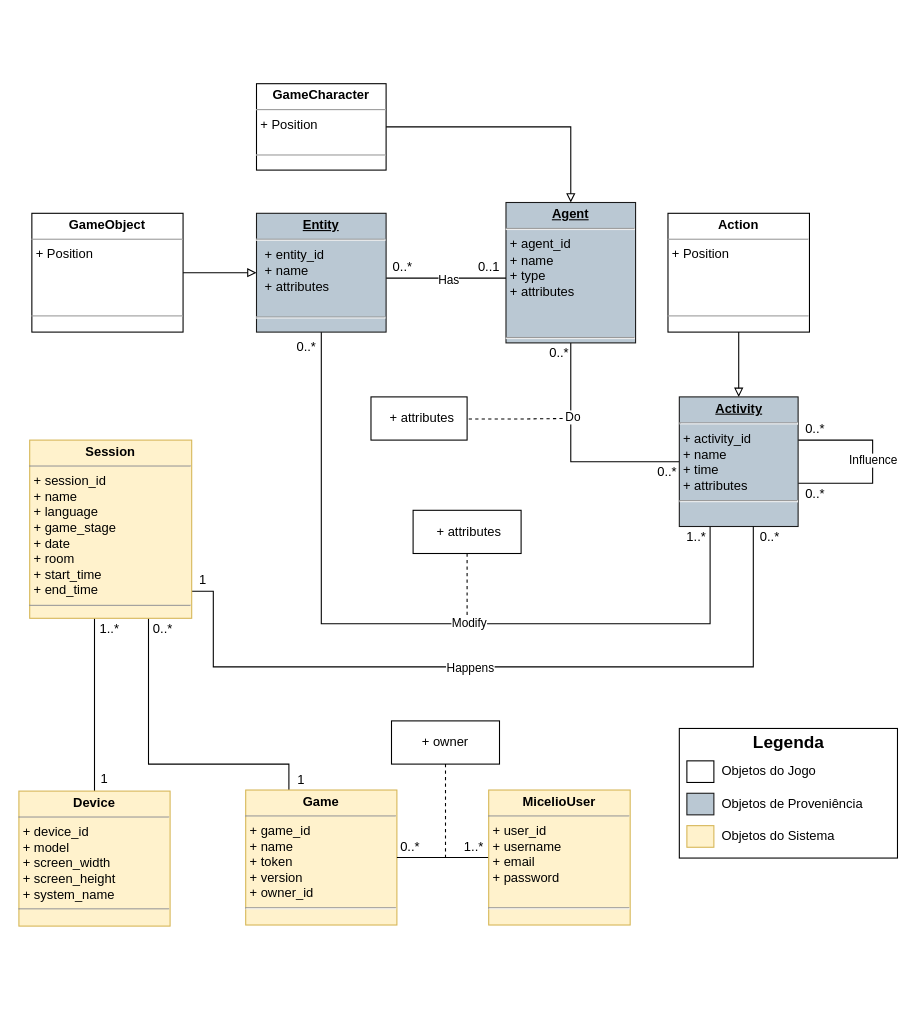
The draw.io diagram page "WebAPI Class Model" (4 of 6) of Documentation/Diagramas/Modelo De Dados Proveniencia.drawio in multisens/micelio, before the edit. Source tidied: cells renumbered, new cells numbered last; positions are measured from the earlier drawing's top-left corner, leaving out a move shared by most shapes. Both pictures are drawn from the tidied source at 108%, with x=0, y=0 at pixel (18, 83).
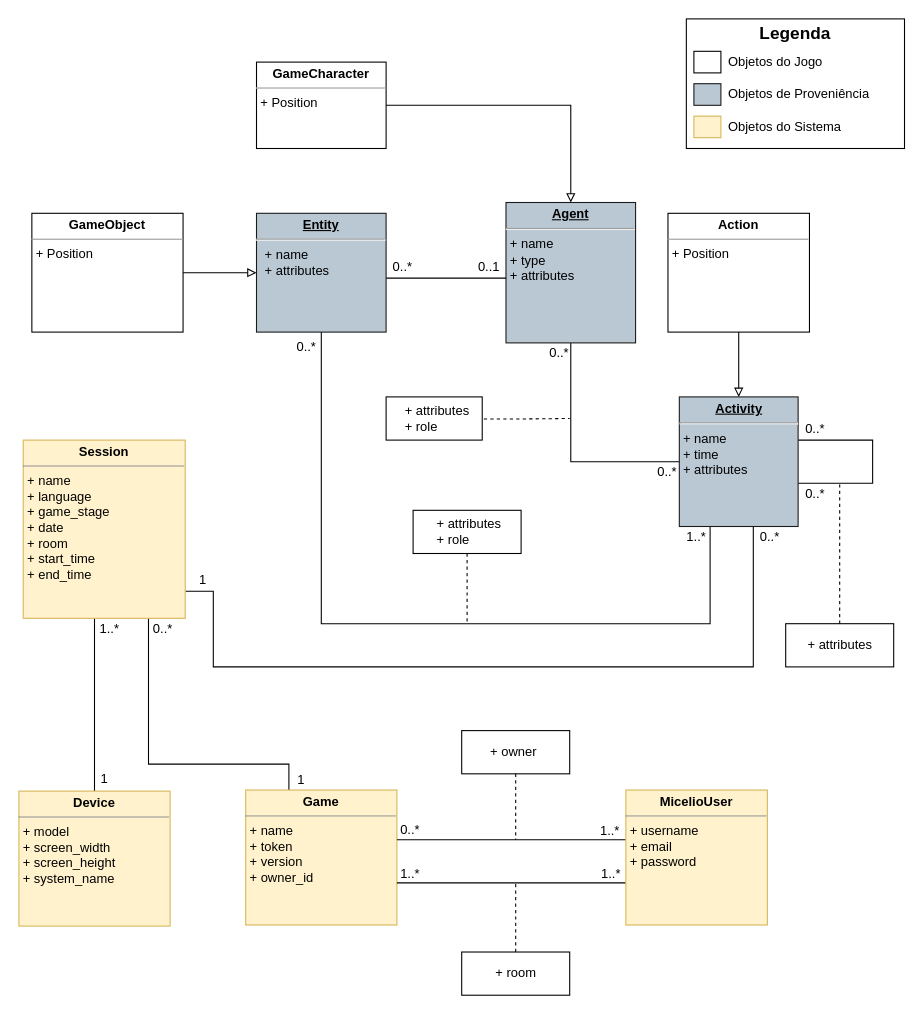
Above is the later version.

Unchanged cells that the change refers to:
```xml
<mxCell id="2" style="edgeStyle=orthogonalEdgeStyle;rounded=0;jettySize=auto;html=1;endArrow=none;endFill=0;" parent="1" edge="1" source="4" target="17">
  <mxGeometry relative="1" as="geometry">
    <Array as="points">
      <mxPoint x="511" y="350" />
    </Array>
  </mxGeometry>
</mxCell>
<mxCell id="5" style="edgeStyle=orthogonalEdgeStyle;rounded=0;jettySize=auto;html=1;endArrow=none;endFill=0;exitX=0.001;exitY=0.664;exitDx=0;exitDy=0;exitPerimeter=0;startArrow=classic;startFill=1;" parent="1" edge="1" target="13">
  <mxGeometry relative="1" as="geometry">
    <mxPoint x="616.6" y="369.2" as="sourcePoint" />
    <Array as="points">
      <mxPoint x="640" y="369" />
      <mxPoint x="640" y="500" />
      <mxPoint x="280" y="500" />
    </Array>
  </mxGeometry>
</mxCell>
<mxCell id="10" style="edgeStyle=orthogonalEdgeStyle;rounded=0;jettySize=auto;html=1;endArrow=none;endFill=0;" parent="1" edge="1" source="13" target="4">
  <mxGeometry relative="1" as="geometry">
    <Array as="points">
      <mxPoint x="390" y="180" />
      <mxPoint x="390" y="180" />
    </Array>
  </mxGeometry>
</mxCell>
<mxCell id="15" style="edgeStyle=orthogonalEdgeStyle;rounded=0;orthogonalLoop=1;jettySize=auto;html=1;endArrow=none;endFill=0;" parent="1" edge="1">
  <mxGeometry relative="1" as="geometry">
    <mxPoint x="721.5" y="330" as="sourcePoint" />
    <mxPoint x="721.5" y="370" as="targetPoint" />
    <Array as="points">
      <mxPoint x="790.5" y="330" />
      <mxPoint x="790.5" y="370" />
    </Array>
  </mxGeometry>
</mxCell>
<mxCell id="18" style="edgeStyle=orthogonalEdgeStyle;rounded=0;jettySize=auto;html=1;endArrow=none;endFill=0;" parent="1" edge="1" source="22" target="17">
  <mxGeometry relative="1" as="geometry">
    <Array as="points">
      <mxPoint x="180" y="470" />
      <mxPoint x="180" y="540" />
      <mxPoint x="680" y="540" />
    </Array>
  </mxGeometry>
</mxCell>
```

Diff of the diagram source:
```diff
@@
-    <mxCell id="3" value="Do" style="edgeLabel;html=1;align=center;verticalAlign=middle;" parent="2" vertex="1">
-      <mxGeometry x="-0.35" y="1" relative="1" as="geometry" />
-    </mxCell>
-    <mxCell id="4" value="&lt;p style=&quot;margin: 0px ; margin-top: 4px ; text-align: center ; text-decoration: underline&quot;&gt;&lt;b&gt;Agent&lt;/b&gt;&lt;/p&gt;&lt;hr&gt;&lt;p style=&quot;margin: 0px 0px 0px 4px&quot;&gt;+ agent_id&lt;/p&gt;&lt;p style=&quot;margin: 0px 0px 0px 4px&quot;&gt;+ name&lt;/p&gt;&lt;p style=&quot;margin: 0px 0px 0px 4px&quot;&gt;+ type&lt;/p&gt;&lt;p style=&quot;margin: 0px 0px 0px 4px&quot;&gt;+ attributes&lt;/p&gt;&lt;p style=&quot;margin: 0px 0px 0px 4px&quot;&gt;&lt;br&gt;&lt;/p&gt;&lt;p style=&quot;margin: 0px 0px 0px 4px&quot;&gt;&lt;br&gt;&lt;/p&gt;&lt;div&gt;&lt;hr&gt;&lt;/div&gt;" style="verticalAlign=top;align=left;overflow=fill;fontSize=12;fontFamily=Helvetica;html=1;fillColor=#bac8d3;strokeColor=#1A1A1A;" parent="1" vertex="1">
+    <mxCell id="4" value="&lt;p style=&quot;margin: 0px ; margin-top: 4px ; text-align: center ; text-decoration: underline&quot;&gt;&lt;b&gt;Agent&lt;/b&gt;&lt;/p&gt;&lt;hr&gt;&lt;p style=&quot;margin: 0px 0px 0px 4px&quot;&gt;&lt;span&gt;+ name&lt;/span&gt;&lt;br&gt;&lt;/p&gt;&lt;p style=&quot;margin: 0px 0px 0px 4px&quot;&gt;+ type&lt;/p&gt;&lt;p style=&quot;margin: 0px 0px 0px 4px&quot;&gt;+ attributes&lt;/p&gt;&lt;p style=&quot;margin: 0px 0px 0px 4px&quot;&gt;&lt;br&gt;&lt;/p&gt;&lt;p style=&quot;margin: 0px 0px 0px 4px&quot;&gt;&lt;/p&gt;" style="verticalAlign=top;align=left;overflow=fill;fontSize=12;fontFamily=Helvetica;html=1;fillColor=#bac8d3;strokeColor=#1A1A1A;" parent="1" vertex="1">
       <mxGeometry x="451" y="110" width="120" height="130" as="geometry" />
     </mxCell>
@@
-    <mxCell id="6" value="Modify" style="edgeLabel;html=1;align=center;verticalAlign=middle;" parent="5" vertex="1">
-      <mxGeometry x="-0.07" y="2" relative="1" as="geometry">
-        <mxPoint x="-13.1" y="-3" as="offset" />
-      </mxGeometry>
-    </mxCell>
@@
-    <mxCell id="8" value="&lt;p style=&quot;margin: 0px ; margin-top: 4px ; text-align: center&quot;&gt;&lt;b&gt;Action&lt;/b&gt;&lt;/p&gt;&lt;hr size=&quot;1&quot;&gt;&lt;p style=&quot;margin: 0px ; margin-left: 4px&quot;&gt;+ Position&lt;/p&gt;&lt;p style=&quot;margin: 0px ; margin-left: 4px&quot;&gt;&lt;br&gt;&lt;/p&gt;&lt;p style=&quot;margin: 0px ; margin-left: 4px&quot;&gt;&lt;br&gt;&lt;/p&gt;&lt;p style=&quot;margin: 0px ; margin-left: 4px&quot;&gt;&lt;br&gt;&lt;/p&gt;&lt;hr size=&quot;1&quot;&gt;&lt;p style=&quot;margin: 0px ; margin-left: 4px&quot;&gt;&lt;br&gt;&lt;/p&gt;" style="verticalAlign=top;align=left;overflow=fill;fontSize=12;fontFamily=Helvetica;html=1;" parent="1" vertex="1">
+    <mxCell id="8" value="&lt;p style=&quot;margin: 0px ; margin-top: 4px ; text-align: center&quot;&gt;&lt;b&gt;Action&lt;/b&gt;&lt;/p&gt;&lt;hr size=&quot;1&quot;&gt;&lt;p style=&quot;margin: 0px ; margin-left: 4px&quot;&gt;+ Position&lt;/p&gt;&lt;p style=&quot;margin: 0px ; margin-left: 4px&quot;&gt;&lt;br&gt;&lt;/p&gt;&lt;p style=&quot;margin: 0px ; margin-left: 4px&quot;&gt;&lt;br&gt;&lt;/p&gt;&lt;p style=&quot;margin: 0px ; margin-left: 4px&quot;&gt;&lt;br&gt;&lt;/p&gt;&lt;p style=&quot;margin: 0px ; margin-left: 4px&quot;&gt;&lt;br&gt;&lt;/p&gt;" style="verticalAlign=top;align=left;overflow=fill;fontSize=12;fontFamily=Helvetica;html=1;" parent="1" vertex="1">
       <mxGeometry x="601" y="120" width="131" height="110" as="geometry" />
     </mxCell>
@@
-    <mxCell id="11" value="Has" style="edgeLabel;html=1;align=center;verticalAlign=middle;" parent="10" vertex="1">
-      <mxGeometry x="0.03" y="-1" relative="1" as="geometry" />
-    </mxCell>
-    <mxCell id="12" value="&lt;p style=&quot;margin: 0px ; margin-top: 4px ; text-align: center&quot;&gt;&lt;b&gt;GameObject&lt;/b&gt;&lt;/p&gt;&lt;hr size=&quot;1&quot;&gt;&lt;p style=&quot;margin: 0px 0px 0px 4px&quot;&gt;+ Position&lt;/p&gt;&lt;p style=&quot;margin: 0px ; margin-left: 4px&quot;&gt;&lt;br&gt;&lt;/p&gt;&lt;p style=&quot;margin: 0px ; margin-left: 4px&quot;&gt;&lt;br&gt;&lt;/p&gt;&lt;p style=&quot;margin: 0px ; margin-left: 4px&quot;&gt;&lt;br&gt;&lt;/p&gt;&lt;hr size=&quot;1&quot;&gt;&lt;p style=&quot;margin: 0px ; margin-left: 4px&quot;&gt;&lt;br&gt;&lt;/p&gt;" style="verticalAlign=top;align=left;overflow=fill;fontSize=12;fontFamily=Helvetica;html=1;" parent="1" vertex="1">
+    <mxCell id="12" value="&lt;p style=&quot;margin: 0px ; margin-top: 4px ; text-align: center&quot;&gt;&lt;b&gt;GameObject&lt;/b&gt;&lt;/p&gt;&lt;hr size=&quot;1&quot;&gt;&lt;p style=&quot;margin: 0px 0px 0px 4px&quot;&gt;+ Position&lt;/p&gt;&lt;p style=&quot;margin: 0px ; margin-left: 4px&quot;&gt;&lt;br&gt;&lt;/p&gt;&lt;p style=&quot;margin: 0px ; margin-left: 4px&quot;&gt;&lt;br&gt;&lt;/p&gt;&lt;p style=&quot;margin: 0px ; margin-left: 4px&quot;&gt;&lt;br&gt;&lt;/p&gt;&lt;p style=&quot;margin: 0px ; margin-left: 4px&quot;&gt;&lt;br&gt;&lt;/p&gt;" style="verticalAlign=top;align=left;overflow=fill;fontSize=12;fontFamily=Helvetica;html=1;" parent="1" vertex="1">
       <mxGeometry x="12" y="120" width="140" height="110" as="geometry" />
     </mxCell>
-    <mxCell id="13" value="&lt;p style=&quot;margin: 0px ; margin-top: 4px ; text-align: center ; text-decoration: underline&quot;&gt;&lt;b&gt;Entity&lt;/b&gt;&lt;/p&gt;&lt;hr&gt;&lt;p style=&quot;margin: 0px ; margin-left: 8px&quot;&gt;+ entity_id&lt;/p&gt;&lt;p style=&quot;margin: 0px ; margin-left: 8px&quot;&gt;+ name&lt;br&gt;&lt;/p&gt;&lt;p style=&quot;margin: 0px ; margin-left: 8px&quot;&gt;+ attributes&lt;br&gt;&lt;/p&gt;&lt;p style=&quot;margin: 0px ; margin-left: 8px&quot;&gt;&lt;br&gt;&lt;/p&gt;&lt;hr&gt;" style="verticalAlign=top;align=left;overflow=fill;fontSize=12;fontFamily=Helvetica;html=1;fillColor=#bac8d3;strokeColor=#1A1A1A;" parent="1" vertex="1">
+    <mxCell id="13" value="&lt;p style=&quot;margin: 0px ; margin-top: 4px ; text-align: center ; text-decoration: underline&quot;&gt;&lt;b&gt;Entity&lt;/b&gt;&lt;/p&gt;&lt;hr&gt;&lt;p style=&quot;margin: 0px ; margin-left: 8px&quot;&gt;&lt;span&gt;+ name&lt;/span&gt;&lt;br&gt;&lt;/p&gt;&lt;p style=&quot;margin: 0px ; margin-left: 8px&quot;&gt;+ attributes&lt;br&gt;&lt;/p&gt;&lt;p style=&quot;margin: 0px ; margin-left: 8px&quot;&gt;&lt;br&gt;&lt;/p&gt;" style="verticalAlign=top;align=left;overflow=fill;fontSize=12;fontFamily=Helvetica;html=1;fillColor=#bac8d3;strokeColor=#1A1A1A;" parent="1" vertex="1">
       <mxGeometry x="220" y="120" width="120" height="110" as="geometry" />
     </mxCell>
@@
-    <mxCell id="16" value="Influence" style="edgeLabel;html=1;align=center;verticalAlign=middle;" parent="15" vertex="1">
-      <mxGeometry x="-0.12" y="1" relative="1" as="geometry">
-        <mxPoint x="-1" y="9.9" as="offset" />
-      </mxGeometry>
-    </mxCell>
-    <mxCell id="17" value="&lt;p style=&quot;margin: 0px ; margin-top: 4px ; text-align: center ; text-decoration: underline&quot;&gt;&lt;b&gt;Activity&lt;/b&gt;&lt;/p&gt;&lt;hr&gt;&amp;nbsp;+ activity_id&lt;br&gt;&amp;nbsp;+ name&lt;br&gt;&lt;span&gt;&amp;nbsp;+ time&lt;br&gt;&lt;/span&gt;&lt;span&gt;&amp;nbsp;&lt;/span&gt;&lt;span&gt;+ attributes&lt;/span&gt;&lt;span&gt;&lt;br&gt;&lt;/span&gt;&lt;hr&gt;" style="verticalAlign=top;align=left;overflow=fill;fontSize=12;fontFamily=Helvetica;html=1;fillColor=#BAC8D3;strokeColor=#1A1A1A;" parent="1" vertex="1">
+    <mxCell id="17" value="&lt;p style=&quot;margin: 0px ; margin-top: 4px ; text-align: center ; text-decoration: underline&quot;&gt;&lt;b&gt;Activity&lt;/b&gt;&lt;/p&gt;&lt;hr&gt;&amp;nbsp;+ name&lt;br&gt;&lt;span&gt;&amp;nbsp;+ time&lt;br&gt;&lt;/span&gt;&lt;span&gt;&amp;nbsp;&lt;/span&gt;&lt;span&gt;+ attributes&lt;/span&gt;" style="verticalAlign=top;align=left;overflow=fill;fontSize=12;fontFamily=Helvetica;html=1;fillColor=#BAC8D3;strokeColor=#1A1A1A;" parent="1" vertex="1">
       <mxGeometry x="611.5" y="290" width="110" height="120" as="geometry" />
     </mxCell>
@@
-    <mxCell id="19" value="Happens" style="edgeLabel;html=1;align=center;verticalAlign=middle;" parent="18" vertex="1">
-      <mxGeometry x="-0.16" y="1" relative="1" as="geometry">
-        <mxPoint x="25.8" y="1" as="offset" />
-      </mxGeometry>
-    </mxCell>
@@
-    <mxCell id="22" value="&lt;p style=&quot;margin: 0px ; margin-top: 4px ; text-align: center&quot;&gt;&lt;b&gt;Session&lt;/b&gt;&lt;/p&gt;&lt;hr size=&quot;1&quot;&gt;&lt;p style=&quot;margin: 0px ; margin-left: 4px&quot;&gt;+ session_id&lt;/p&gt;&lt;p style=&quot;margin: 0px ; margin-left: 4px&quot;&gt;+ name&lt;br&gt;&lt;/p&gt;&lt;p style=&quot;margin: 0px ; margin-left: 4px&quot;&gt;+ language&lt;br&gt;&lt;/p&gt;&lt;p style=&quot;margin: 0px ; margin-left: 4px&quot;&gt;+ game_stage&lt;/p&gt;&lt;p style=&quot;margin: 0px ; margin-left: 4px&quot;&gt;+ date&lt;/p&gt;&lt;p style=&quot;margin: 0px ; margin-left: 4px&quot;&gt;+ room&lt;/p&gt;&lt;p style=&quot;margin: 0px ; margin-left: 4px&quot;&gt;&lt;span&gt;+ start_time&lt;/span&gt;&lt;/p&gt;&lt;p style=&quot;margin: 0px ; margin-left: 4px&quot;&gt;+ end_time&lt;/p&gt;&lt;hr size=&quot;1&quot;&gt;&lt;p style=&quot;margin: 0px ; margin-left: 4px&quot;&gt;&lt;br&gt;&lt;/p&gt;" style="verticalAlign=top;align=left;overflow=fill;fontSize=12;fontFamily=Helvetica;html=1;strokeColor=#d6b656;fillColor=#fff2cc;" parent="1" vertex="1">
-      <mxGeometry x="10" y="330" width="150" height="165" as="geometry" />
+    <mxCell id="22" value="&lt;p style=&quot;margin: 0px ; margin-top: 4px ; text-align: center&quot;&gt;&lt;b&gt;Session&lt;/b&gt;&lt;/p&gt;&lt;hr size=&quot;1&quot;&gt;&lt;p style=&quot;margin: 0px ; margin-left: 4px&quot;&gt;&lt;span&gt;+ name&lt;/span&gt;&lt;br&gt;&lt;/p&gt;&lt;p style=&quot;margin: 0px ; margin-left: 4px&quot;&gt;+ language&lt;br&gt;&lt;/p&gt;&lt;p style=&quot;margin: 0px ; margin-left: 4px&quot;&gt;+ game_stage&lt;/p&gt;&lt;p style=&quot;margin: 0px ; margin-left: 4px&quot;&gt;+ date&lt;/p&gt;&lt;p style=&quot;margin: 0px ; margin-left: 4px&quot;&gt;+ room&lt;/p&gt;&lt;p style=&quot;margin: 0px ; margin-left: 4px&quot;&gt;&lt;span&gt;+ start_time&lt;/span&gt;&lt;/p&gt;&lt;p style=&quot;margin: 0px ; margin-left: 4px&quot;&gt;+ end_time&lt;/p&gt;&lt;p style=&quot;margin: 0px ; margin-left: 4px&quot;&gt;&lt;br&gt;&lt;/p&gt;" style="verticalAlign=top;align=left;overflow=fill;fontSize=12;fontFamily=Helvetica;html=1;strokeColor=#d6b656;fillColor=#fff2cc;" parent="1" vertex="1">
+      <mxGeometry x="4" y="330" width="150" height="165" as="geometry" />
     </mxCell>
-    <mxCell id="23" value="&lt;p style=&quot;margin: 0px ; margin-top: 4px ; text-align: center&quot;&gt;&lt;b&gt;Device&lt;/b&gt;&lt;/p&gt;&lt;hr size=&quot;1&quot;&gt;&lt;p style=&quot;margin: 0px ; margin-left: 4px&quot;&gt;&lt;span&gt;+ device_id&lt;/span&gt;&lt;/p&gt;&lt;p style=&quot;margin: 0px ; margin-left: 4px&quot;&gt;&lt;span&gt;+ model&lt;/span&gt;&lt;/p&gt;&lt;p style=&quot;margin: 0px ; margin-left: 4px&quot;&gt;+ screen_width&lt;/p&gt;&lt;p style=&quot;margin: 0px ; margin-left: 4px&quot;&gt;+ screen_height&lt;/p&gt;&lt;p style=&quot;margin: 0px ; margin-left: 4px&quot;&gt;+ system_name&lt;/p&gt;&lt;hr size=&quot;1&quot;&gt;&lt;p style=&quot;margin: 0px ; margin-left: 4px&quot;&gt;&lt;br&gt;&lt;/p&gt;" style="verticalAlign=top;align=left;overflow=fill;fontSize=12;fontFamily=Helvetica;html=1;strokeColor=#d6b656;fillColor=#fff2cc;" parent="1" vertex="1">
+    <mxCell id="23" value="&lt;p style=&quot;margin: 0px ; margin-top: 4px ; text-align: center&quot;&gt;&lt;b&gt;Device&lt;/b&gt;&lt;/p&gt;&lt;hr size=&quot;1&quot;&gt;&lt;p style=&quot;margin: 0px ; margin-left: 4px&quot;&gt;&lt;span&gt;+ model&lt;/span&gt;&lt;br&gt;&lt;/p&gt;&lt;p style=&quot;margin: 0px ; margin-left: 4px&quot;&gt;+ screen_width&lt;/p&gt;&lt;p style=&quot;margin: 0px ; margin-left: 4px&quot;&gt;+ screen_height&lt;/p&gt;&lt;p style=&quot;margin: 0px ; margin-left: 4px&quot;&gt;+ system_name&lt;/p&gt;&lt;p style=&quot;margin: 0px ; margin-left: 4px&quot;&gt;&lt;br&gt;&lt;/p&gt;" style="verticalAlign=top;align=left;overflow=fill;fontSize=12;fontFamily=Helvetica;html=1;strokeColor=#d6b656;fillColor=#fff2cc;" parent="1" vertex="1">
       <mxGeometry y="655" width="140" height="125" as="geometry" />
     </mxCell>
-    <mxCell id="24" value="&lt;p style=&quot;margin: 0px ; margin-top: 4px ; text-align: center&quot;&gt;&lt;b&gt;Game&lt;/b&gt;&lt;/p&gt;&lt;hr size=&quot;1&quot;&gt;&lt;p style=&quot;margin: 0px ; margin-left: 4px&quot;&gt;+ game_id&lt;/p&gt;&lt;p style=&quot;margin: 0px ; margin-left: 4px&quot;&gt;+ name&lt;/p&gt;&lt;p style=&quot;margin: 0px ; margin-left: 4px&quot;&gt;+ token&lt;/p&gt;&lt;p style=&quot;margin: 0px ; margin-left: 4px&quot;&gt;&lt;span&gt;+ version&lt;/span&gt;&lt;/p&gt;&lt;p style=&quot;margin: 0px ; margin-left: 4px&quot;&gt;&lt;span&gt;+ owner_id&lt;/span&gt;&lt;/p&gt;&lt;hr&gt;" style="verticalAlign=top;align=left;overflow=fill;fontSize=12;fontFamily=Helvetica;html=1;strokeColor=#d6b656;fillColor=#fff2cc;" parent="1" vertex="1">
+    <mxCell id="24" value="&lt;p style=&quot;margin: 0px ; margin-top: 4px ; text-align: center&quot;&gt;&lt;b&gt;Game&lt;/b&gt;&lt;/p&gt;&lt;hr size=&quot;1&quot;&gt;&lt;p style=&quot;margin: 0px ; margin-left: 4px&quot;&gt;&lt;span&gt;+ name&lt;/span&gt;&lt;br&gt;&lt;/p&gt;&lt;p style=&quot;margin: 0px ; margin-left: 4px&quot;&gt;+ token&lt;/p&gt;&lt;p style=&quot;margin: 0px ; margin-left: 4px&quot;&gt;&lt;span&gt;+ version&lt;/span&gt;&lt;/p&gt;&lt;p style=&quot;margin: 0px ; margin-left: 4px&quot;&gt;&lt;span&gt;+ owner_id&lt;/span&gt;&lt;/p&gt;" style="verticalAlign=top;align=left;overflow=fill;fontSize=12;fontFamily=Helvetica;html=1;strokeColor=#d6b656;fillColor=#fff2cc;" parent="1" vertex="1">
       <mxGeometry x="210" y="654" width="140" height="125" as="geometry" />
     </mxCell>
@@
     <mxCell id="35" style="group;" parent="1" vertex="1">
-      <mxGeometry x="611.5" y="597" width="202" height="120" as="geometry" />
+      <mxGeometry x="618" y="-60" width="202" height="120" as="geometry" />
     </mxCell>
@@
-    <mxCell id="48" value="&lt;p style=&quot;text-align: left ; margin: 0px 0px 0px 4px&quot;&gt;+ attributes&lt;/p&gt;" style="shape=umlLifeline;perimeter=lifelinePerimeter;whiteSpace=wrap;html=1;" parent="1" vertex="1">
-      <mxGeometry x="365" y="395" width="100" height="100" as="geometry" />
+    <mxCell id="48" value="&lt;p style=&quot;text-align: left ; margin: 0px 0px 0px 4px&quot;&gt;+ attributes&lt;/p&gt;&lt;p style=&quot;text-align: left ; margin: 0px 0px 0px 4px&quot;&gt;+ role&lt;/p&gt;" style="shape=umlLifeline;perimeter=lifelinePerimeter;whiteSpace=wrap;html=1;" parent="1" vertex="1">
+      <mxGeometry x="365" y="395" width="100" height="105" as="geometry" />
     </mxCell>
     <mxCell id="49" style="edgeStyle=orthogonalEdgeStyle;rounded=0;jettySize=auto;html=1;endArrow=none;endFill=0;dashed=1;exitX=1.017;exitY=0.512;exitDx=0;exitDy=0;exitPerimeter=0;" parent="1" edge="1" source="50">
       <mxGeometry relative="1" as="geometry">
-        <mxPoint x="506" y="310" as="targetPoint" />
+        <mxPoint x="510" y="310" as="targetPoint" />
         <Array as="points">
           <mxPoint x="461" y="311" />
         </Array>
       </mxGeometry>
     </mxCell>
-    <mxCell id="50" value="&lt;p style=&quot;text-align: left ; margin: 0px 0px 0px 4px&quot;&gt;+ attributes&lt;/p&gt;" style="html=1;" parent="1" vertex="1">
-      <mxGeometry x="326" y="290" width="89" height="40" as="geometry" />
+    <mxCell id="50" value="&lt;p style=&quot;text-align: left ; margin: 0px 0px 0px 4px&quot;&gt;+ attributes&lt;/p&gt;&lt;p style=&quot;text-align: left ; margin: 0px 0px 0px 4px&quot;&gt;+ role&lt;/p&gt;" style="html=1;" parent="1" vertex="1">
+      <mxGeometry x="340" y="290" width="89" height="40" as="geometry" />
     </mxCell>
@@
-    <mxCell id="52" value="&lt;p style=&quot;margin: 0px ; margin-top: 4px ; text-align: center&quot;&gt;&lt;b&gt;GameCharacter&lt;/b&gt;&lt;/p&gt;&lt;hr size=&quot;1&quot;&gt;&lt;p style=&quot;margin: 0px 0px 0px 4px&quot;&gt;+ Position&lt;/p&gt;&lt;p style=&quot;margin: 0px 0px 0px 4px&quot;&gt;&lt;br&gt;&lt;/p&gt;&lt;hr size=&quot;1&quot;&gt;&lt;p style=&quot;margin: 0px ; margin-left: 4px&quot;&gt;&lt;br&gt;&lt;/p&gt;" style="verticalAlign=top;align=left;overflow=fill;fontSize=12;fontFamily=Helvetica;html=1;" parent="1" vertex="1">
-      <mxGeometry x="220" width="120" height="80" as="geometry" />
+    <mxCell id="52" value="&lt;p style=&quot;margin: 0px ; margin-top: 4px ; text-align: center&quot;&gt;&lt;b&gt;GameCharacter&lt;/b&gt;&lt;/p&gt;&lt;hr size=&quot;1&quot;&gt;&lt;p style=&quot;margin: 0px 0px 0px 4px&quot;&gt;+ Position&lt;/p&gt;&lt;p style=&quot;margin: 0px 0px 0px 4px&quot;&gt;&lt;/p&gt;&lt;p style=&quot;margin: 0px ; margin-left: 4px&quot;&gt;&lt;br&gt;&lt;/p&gt;" style="verticalAlign=top;align=left;overflow=fill;fontSize=12;fontFamily=Helvetica;html=1;" parent="1" vertex="1">
+      <mxGeometry x="220" y="-20" width="120" height="80" as="geometry" />
     </mxCell>
     <mxCell id="53" style="edgeStyle=orthogonalEdgeStyle;rounded=0;jettySize=auto;html=1;endArrow=none;endFill=0;" parent="1" edge="1" source="54" target="24">
-      <mxGeometry relative="1" as="geometry" />
+      <mxGeometry relative="1" as="geometry">
+        <Array as="points">
+          <mxPoint x="460" y="700" />
+          <mxPoint x="460" y="700" />
+        </Array>
+      </mxGeometry>
     </mxCell>
+    <mxCell id="58" style="edgeStyle=orthogonalEdgeStyle;rounded=0;jettySize=auto;html=1;endArrow=none;endFill=0;" parent="1" edge="1" source="54" target="24">
+      <mxGeometry relative="1" as="geometry">
+        <Array as="points">
+          <mxPoint x="450" y="740" />
+          <mxPoint x="450" y="740" />
+        </Array>
+      </mxGeometry>
+    </mxCell>
-    <mxCell id="54" value="&lt;p style=&quot;margin: 0px ; margin-top: 4px ; text-align: center&quot;&gt;&lt;b&gt;MicelioUser&lt;/b&gt;&lt;/p&gt;&lt;hr size=&quot;1&quot;&gt;&lt;p style=&quot;margin: 0px ; margin-left: 4px&quot;&gt;+ user_id&lt;/p&gt;&lt;p style=&quot;margin: 0px ; margin-left: 4px&quot;&gt;+ username&lt;/p&gt;&lt;p style=&quot;margin: 0px ; margin-left: 4px&quot;&gt;+ email&lt;/p&gt;&lt;p style=&quot;margin: 0px ; margin-left: 4px&quot;&gt;+ password&lt;/p&gt;&lt;p style=&quot;margin: 0px ; margin-left: 4px&quot;&gt;&lt;br&gt;&lt;/p&gt;&lt;hr&gt;" style="verticalAlign=top;align=left;overflow=fill;fontSize=12;fontFamily=Helvetica;html=1;strokeColor=#d6b656;fillColor=#fff2cc;" parent="1" vertex="1">
-      <mxGeometry x="435" y="654" width="131" height="125" as="geometry" />
+    <mxCell id="54" value="&lt;p style=&quot;margin: 0px ; margin-top: 4px ; text-align: center&quot;&gt;&lt;b&gt;MicelioUser&lt;/b&gt;&lt;/p&gt;&lt;hr size=&quot;1&quot;&gt;&lt;p style=&quot;margin: 0px ; margin-left: 4px&quot;&gt;&lt;span&gt;+ username&lt;/span&gt;&lt;br&gt;&lt;/p&gt;&lt;p style=&quot;margin: 0px ; margin-left: 4px&quot;&gt;+ email&lt;/p&gt;&lt;p style=&quot;margin: 0px ; margin-left: 4px&quot;&gt;+ password&lt;/p&gt;&lt;p style=&quot;margin: 0px ; margin-left: 4px&quot;&gt;&lt;/p&gt;" style="verticalAlign=top;align=left;overflow=fill;fontSize=12;fontFamily=Helvetica;html=1;strokeColor=#d6b656;fillColor=#fff2cc;" parent="1" vertex="1">
+      <mxGeometry x="562" y="654" width="131" height="125" as="geometry" />
     </mxCell>
     <mxCell id="55" value="0..*" style="text;html=1;align=center;verticalAlign=middle;" parent="1" vertex="1">
-      <mxGeometry x="347" y="697" width="30" height="20" as="geometry" />
+      <mxGeometry x="347" y="681" width="30" height="20" as="geometry" />
     </mxCell>
     <mxCell id="56" value="1..*" style="text;html=1;align=center;verticalAlign=middle;" parent="1" vertex="1">
-      <mxGeometry x="406" y="697" width="30" height="20" as="geometry" />
+      <mxGeometry x="532" y="682" width="30" height="20" as="geometry" />
     </mxCell>
-    <mxCell id="57" value="+ owner" style="shape=umlLifeline;perimeter=lifelinePerimeter;whiteSpace=wrap;html=1;" parent="1" vertex="1">
-      <mxGeometry x="345" y="590" width="100" height="127" as="geometry" />
+    <mxCell id="57" value="+ owner&amp;nbsp;" style="shape=umlLifeline;perimeter=lifelinePerimeter;whiteSpace=wrap;html=1;" parent="1" vertex="1">
+      <mxGeometry x="410" y="599" width="100" height="101" as="geometry" />
     </mxCell>
+    <mxCell id="59" style="shape=umlLifeline;perimeter=lifelinePerimeter;whiteSpace=wrap;html=1;rotation=-180;" parent="1" vertex="1">
+      <mxGeometry x="710" y="370" width="100" height="170" as="geometry" />
+    </mxCell>
+    <mxCell id="60" value="+ attributes" style="text;html=1;align=center;verticalAlign=middle;" parent="59" vertex="1">
+      <mxGeometry x="10" y="140" width="80" height="20" as="geometry" />
+    </mxCell>
+    <mxCell id="61" value="1..*" style="text;html=1;align=center;verticalAlign=middle;" parent="1" vertex="1">
+      <mxGeometry x="347" y="722" width="30" height="20" as="geometry" />
+    </mxCell>
+    <mxCell id="62" value="1..*" style="text;html=1;align=center;verticalAlign=middle;" parent="1" vertex="1">
+      <mxGeometry x="533" y="722" width="30" height="20" as="geometry" />
+    </mxCell>
+    <mxCell id="63" style="shape=umlLifeline;perimeter=lifelinePerimeter;whiteSpace=wrap;html=1;rotation=-180;" parent="1" vertex="1">
+      <mxGeometry x="410" y="741" width="100" height="103" as="geometry" />
+    </mxCell>
+    <mxCell id="64" value="+ room" style="text;html=1;align=center;verticalAlign=middle;" parent="63" vertex="1">
+      <mxGeometry x="25" y="73" width="50" height="20" as="geometry" />
+    </mxCell>
```
